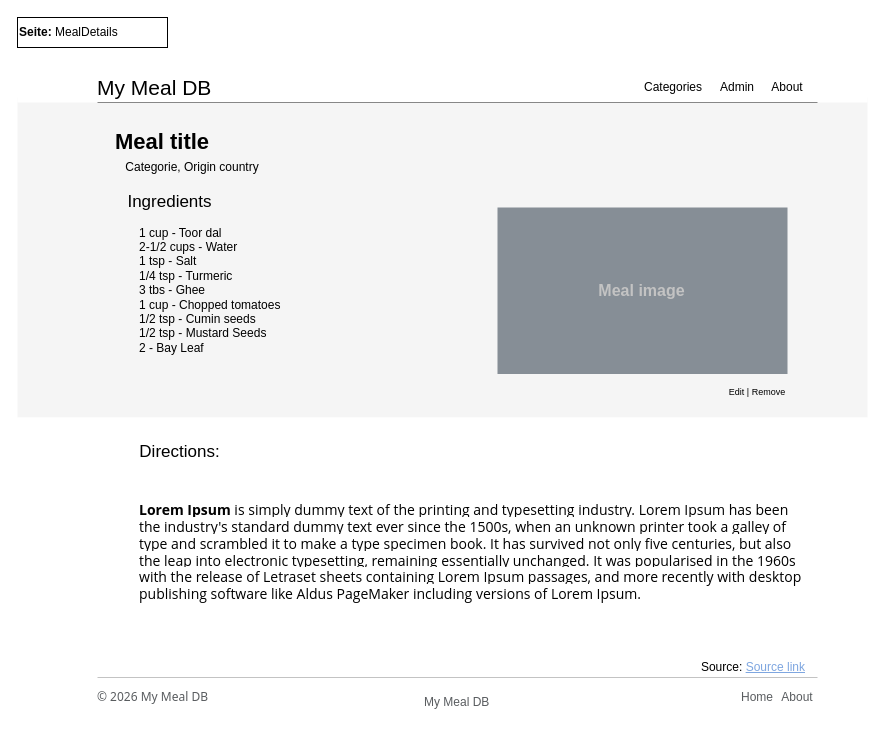
Before: page "Desktop:MealDetails" (3 of 6) of Dokumentation/Bildschirme-der-my-meal-db.drawio in MAFernCosta/m294-mymealdb, a draw.io diagram. Source tidied: cells renumbered, new cells numbered last; positions are measured from the earlier drawing's top-left corner, leaving out a move shared by most shapes. Both pictures are drawn from the tidied source at 100%, with x=0, y=0 at pixel (17, 17).
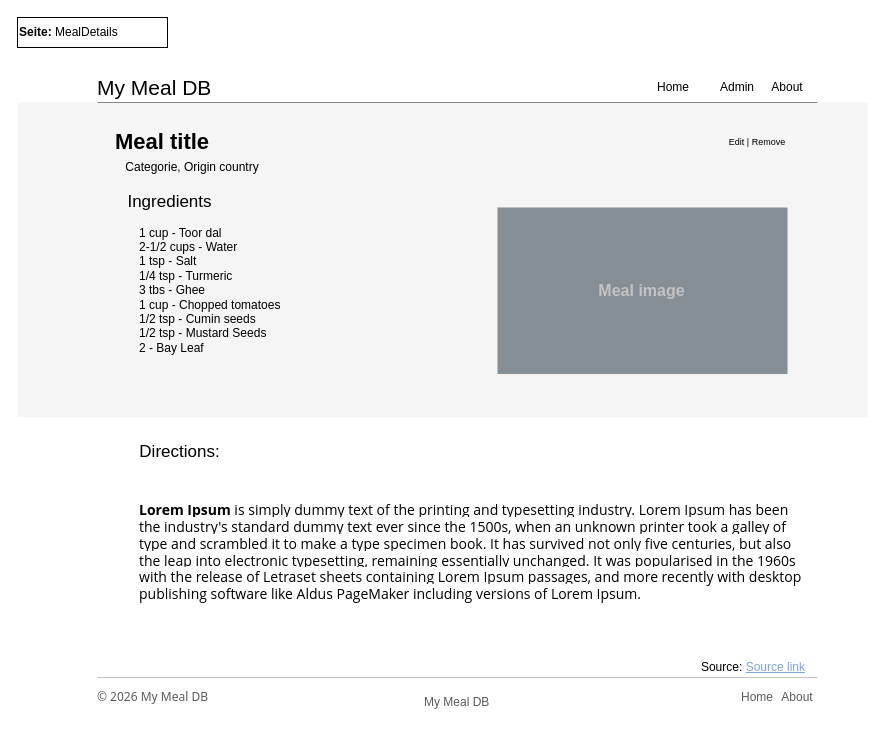
After the change.

Unchanged cells that the change refers to:
```xml
<mxCell id="20" style="group;" parent="1" vertex="1">
  <mxGeometry y="40" width="850" height="45" as="geometry" />
</mxCell>
```

The edit, as a diff of the source:
```diff
@@
-    <mxCell id="24" value="Categories" style="text;html=1;align=center;verticalAlign=middle;whiteSpace=wrap;rounded=0;" parent="20" vertex="1">
+    <mxCell id="24" value="Home" style="text;html=1;align=center;verticalAlign=middle;whiteSpace=wrap;rounded=0;" parent="20" vertex="1">
       <mxGeometry x="625.6" y="15" width="60" height="30" as="geometry" />
     </mxCell>
@@
     <mxCell id="28" value="Edit | Remove" style="text;html=1;align=center;verticalAlign=middle;whiteSpace=wrap;rounded=0;fontSize=9;" parent="1" vertex="1">
-      <mxGeometry x="710" y="360" width="60" height="30" as="geometry" />
+      <mxGeometry x="710" y="110" width="60" height="30" as="geometry" />
     </mxCell>
```
